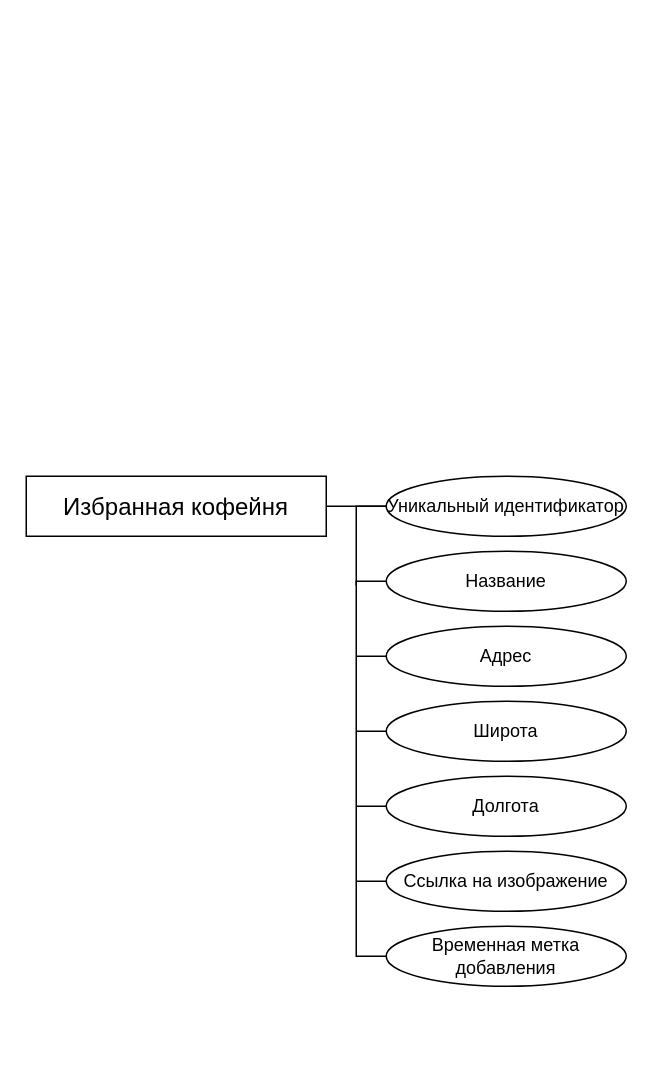
Before: page "ER" (2 of 2) of inc/drawio/coffeemap.drawio in unaun0/bmstu-tedu-coffee-map-app, a draw.io diagram. Source tidied: cells renumbered, new cells numbered last; positions are measured from the earlier drawing's top-left corner, leaving out a move shared by most shapes. Both pictures are drawn from the tidied source at 150%, with x=0, y=0 at pixel (26, 476).
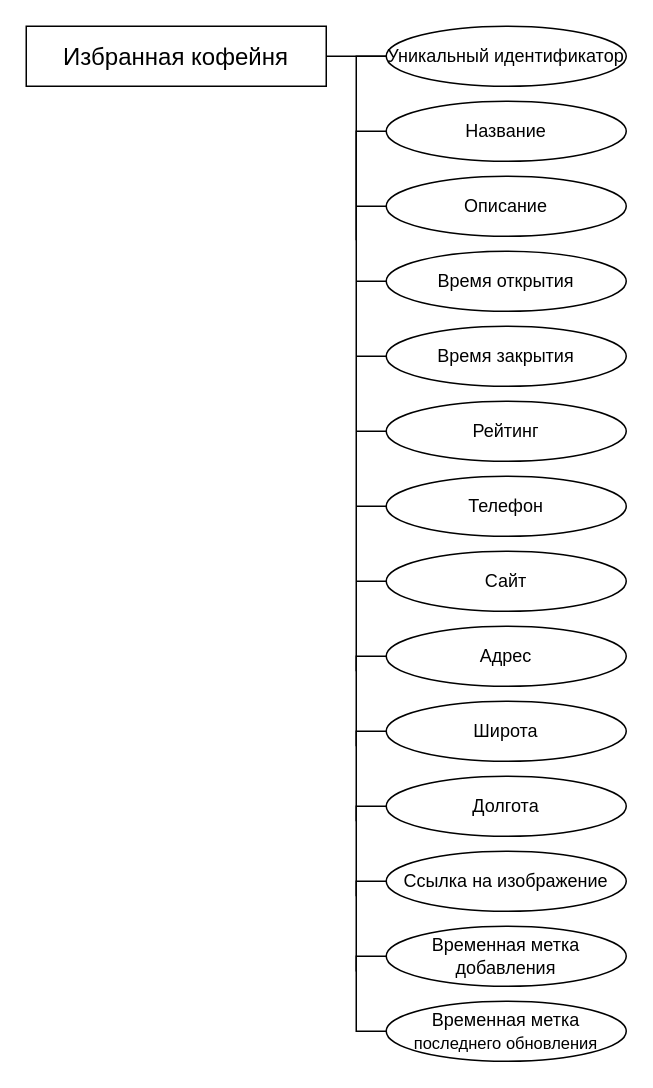
After the change.

Unchanged cells that the change refers to:
```xml
<mxCell id="9" value="Адрес" style="ellipse;whiteSpace=wrap;html=1;" parent="1" vertex="1">
  <mxGeometry x="240" y="100" width="160" height="40" as="geometry" />
</mxCell>
<mxCell id="11" value="Широта" style="ellipse;whiteSpace=wrap;html=1;" parent="1" vertex="1">
  <mxGeometry x="240" y="150" width="160" height="40" as="geometry" />
</mxCell>
<mxCell id="13" value="Долгота" style="ellipse;whiteSpace=wrap;html=1;" parent="1" vertex="1">
  <mxGeometry x="240" y="200" width="160" height="40" as="geometry" />
</mxCell>
<mxCell id="15" value="Ссылка на изображение" style="ellipse;whiteSpace=wrap;html=1;" parent="1" vertex="1">
  <mxGeometry x="240" y="250" width="160" height="40" as="geometry" />
</mxCell>
<mxCell id="16" value="Временная метка добавления" style="ellipse;whiteSpace=wrap;html=1;" parent="1" vertex="1">
  <mxGeometry x="240" y="300" width="160" height="40" as="geometry" />
</mxCell>
```

What changed in the source:
```diff
@@
     <mxCell id="2" value="&lt;font size=&quot;3&quot;&gt;Избранная кофейня&lt;/font&gt;" style="rounded=0;whiteSpace=wrap;html=1;" parent="1" vertex="1">
-      <mxGeometry width="200" height="40" as="geometry" />
+      <mxGeometry y="-300" width="200" height="40" as="geometry" />
     </mxCell>
@@
     <mxCell id="4" value="Уникальный идентификатор" style="ellipse;whiteSpace=wrap;html=1;" parent="1" vertex="1">
-      <mxGeometry x="240" width="160" height="40" as="geometry" />
+      <mxGeometry x="240" y="-300" width="160" height="40" as="geometry" />
     </mxCell>
-    <mxCell id="5" style="edgeStyle=orthogonalEdgeStyle;rounded=0;jettySize=auto;html=1;exitX=0;exitY=0.5;exitDx=0;exitDy=0;entryX=0;entryY=0.5;entryDx=0;entryDy=0;endArrow=none;startFill=0;" parent="1" edge="1" source="16" target="4">
+    <mxCell id="5" style="edgeStyle=orthogonalEdgeStyle;rounded=0;jettySize=auto;html=1;exitX=0;exitY=0.5;exitDx=0;exitDy=0;entryX=0;entryY=0.5;entryDx=0;entryDy=0;endArrow=none;startFill=0;" parent="1" edge="1" source="18" target="4">
       <mxGeometry relative="1" as="geometry" />
     </mxCell>
     <mxCell id="6" style="edgeStyle=orthogonalEdgeStyle;rounded=0;jettySize=auto;html=1;exitX=0;exitY=0.5;exitDx=0;exitDy=0;endArrow=none;startFill=0;" parent="1" edge="1" source="7">
       <mxGeometry relative="1" as="geometry">
-        <mxPoint x="220" y="72.6" as="targetPoint" />
+        <mxPoint x="220" y="-157.4" as="targetPoint" />
       </mxGeometry>
     </mxCell>
     <mxCell id="7" value="Название" style="ellipse;whiteSpace=wrap;html=1;" parent="1" vertex="1">
-      <mxGeometry x="240" y="50" width="160" height="40" as="geometry" />
+      <mxGeometry x="240" y="-250" width="160" height="40" as="geometry" />
     </mxCell>
     <mxCell id="8" style="edgeStyle=orthogonalEdgeStyle;rounded=0;jettySize=auto;html=1;exitX=0;exitY=0.5;exitDx=0;exitDy=0;endArrow=none;startFill=0;" parent="1" edge="1" source="9">
       <mxGeometry relative="1" as="geometry">
-        <mxPoint x="220" y="120" as="targetPoint" />
+        <mxPoint x="220" y="130" as="targetPoint" />
       </mxGeometry>
     </mxCell>
@@
     <mxCell id="10" style="edgeStyle=orthogonalEdgeStyle;rounded=0;jettySize=auto;html=1;exitX=0;exitY=0.5;exitDx=0;exitDy=0;endArrow=none;startFill=0;" parent="1" edge="1" source="11">
       <mxGeometry relative="1" as="geometry">
-        <mxPoint x="220" y="170" as="targetPoint" />
+        <mxPoint x="220" y="180" as="targetPoint" />
       </mxGeometry>
     </mxCell>
@@
     <mxCell id="12" style="edgeStyle=orthogonalEdgeStyle;rounded=0;jettySize=auto;html=1;exitX=0;exitY=0.5;exitDx=0;exitDy=0;endArrow=none;startFill=0;" parent="1" edge="1" source="13">
       <mxGeometry relative="1" as="geometry">
-        <mxPoint x="220" y="220" as="targetPoint" />
+        <mxPoint x="220" y="230" as="targetPoint" />
       </mxGeometry>
     </mxCell>
@@
     <mxCell id="14" style="edgeStyle=orthogonalEdgeStyle;rounded=0;jettySize=auto;html=1;exitX=0;exitY=0.5;exitDx=0;exitDy=0;endArrow=none;startFill=0;" parent="1" edge="1" source="15">
       <mxGeometry relative="1" as="geometry">
-        <mxPoint x="220" y="270" as="targetPoint" />
+        <mxPoint x="220" y="280" as="targetPoint" />
       </mxGeometry>
     </mxCell>
@@
+    <mxCell id="17" style="edgeStyle=orthogonalEdgeStyle;rounded=0;jettySize=auto;html=1;exitX=0;exitY=0.5;exitDx=0;exitDy=0;endArrow=none;startFill=0;" parent="1" edge="1" source="16">
+      <mxGeometry relative="1" as="geometry">
+        <mxPoint x="220" y="330.1" as="targetPoint" />
+      </mxGeometry>
+    </mxCell>
@@
+    <mxCell id="18" value="Временная метка &lt;font style=&quot;font-size: 11px;&quot;&gt;последнего обновления&lt;/font&gt;" style="ellipse;whiteSpace=wrap;html=1;" parent="1" vertex="1">
+      <mxGeometry x="240" y="350" width="160" height="40" as="geometry" />
+    </mxCell>
+    <mxCell id="19" style="edgeStyle=orthogonalEdgeStyle;rounded=0;jettySize=auto;html=1;exitX=0;exitY=0.5;exitDx=0;exitDy=0;endArrow=none;startFill=0;" parent="1" edge="1" source="20">
+      <mxGeometry relative="1" as="geometry">
+        <mxPoint x="220" y="-179.9" as="targetPoint" />
+      </mxGeometry>
+    </mxCell>
+    <mxCell id="20" value="Описание" style="ellipse;whiteSpace=wrap;html=1;" parent="1" vertex="1">
+      <mxGeometry x="240" y="-200" width="160" height="40" as="geometry" />
+    </mxCell>
+    <mxCell id="21" style="edgeStyle=orthogonalEdgeStyle;rounded=0;jettySize=auto;html=1;exitX=0;exitY=0.5;exitDx=0;exitDy=0;endArrow=none;startFill=0;" parent="1" edge="1" source="22">
+      <mxGeometry relative="1" as="geometry">
+        <mxPoint x="220" y="-129.9" as="targetPoint" />
+      </mxGeometry>
+    </mxCell>
+    <mxCell id="22" value="Время открытия" style="ellipse;whiteSpace=wrap;html=1;" parent="1" vertex="1">
+      <mxGeometry x="240" y="-150" width="160" height="40" as="geometry" />
+    </mxCell>
+    <mxCell id="23" style="edgeStyle=orthogonalEdgeStyle;rounded=0;jettySize=auto;html=1;exitX=0;exitY=0.5;exitDx=0;exitDy=0;endArrow=none;startFill=0;" parent="1" edge="1" source="24">
+      <mxGeometry relative="1" as="geometry">
+        <mxPoint x="220" y="-29.9" as="targetPoint" />
+      </mxGeometry>
+    </mxCell>
+    <mxCell id="24" value="Рейтинг" style="ellipse;whiteSpace=wrap;html=1;" parent="1" vertex="1">
+      <mxGeometry x="240" y="-50" width="160" height="40" as="geometry" />
+    </mxCell>
+    <mxCell id="25" style="edgeStyle=orthogonalEdgeStyle;rounded=0;jettySize=auto;html=1;exitX=0;exitY=0.5;exitDx=0;exitDy=0;endArrow=none;startFill=0;" parent="1" edge="1" source="26">
+      <mxGeometry relative="1" as="geometry">
+        <mxPoint x="220" y="-79.9" as="targetPoint" />
+      </mxGeometry>
+    </mxCell>
+    <mxCell id="26" value="Время закрытия" style="ellipse;whiteSpace=wrap;html=1;" parent="1" vertex="1">
+      <mxGeometry x="240" y="-100" width="160" height="40" as="geometry" />
+    </mxCell>
+    <mxCell id="27" style="edgeStyle=orthogonalEdgeStyle;rounded=0;jettySize=auto;html=1;exitX=0;exitY=0.5;exitDx=0;exitDy=0;endArrow=none;startFill=0;" parent="1" edge="1" source="28">
+      <mxGeometry relative="1" as="geometry">
+        <mxPoint x="220" y="20.1" as="targetPoint" />
+      </mxGeometry>
+    </mxCell>
+    <mxCell id="28" value="Телефон" style="ellipse;whiteSpace=wrap;html=1;" parent="1" vertex="1">
+      <mxGeometry x="240" width="160" height="40" as="geometry" />
+    </mxCell>
+    <mxCell id="29" style="edgeStyle=orthogonalEdgeStyle;rounded=0;jettySize=auto;html=1;exitX=0;exitY=0.5;exitDx=0;exitDy=0;endArrow=none;startFill=0;" parent="1" edge="1" source="30">
+      <mxGeometry relative="1" as="geometry">
+        <mxPoint x="220" y="70.1" as="targetPoint" />
+      </mxGeometry>
+    </mxCell>
+    <mxCell id="30" value="Сайт" style="ellipse;whiteSpace=wrap;html=1;" parent="1" vertex="1">
+      <mxGeometry x="240" y="50" width="160" height="40" as="geometry" />
+    </mxCell>
```
